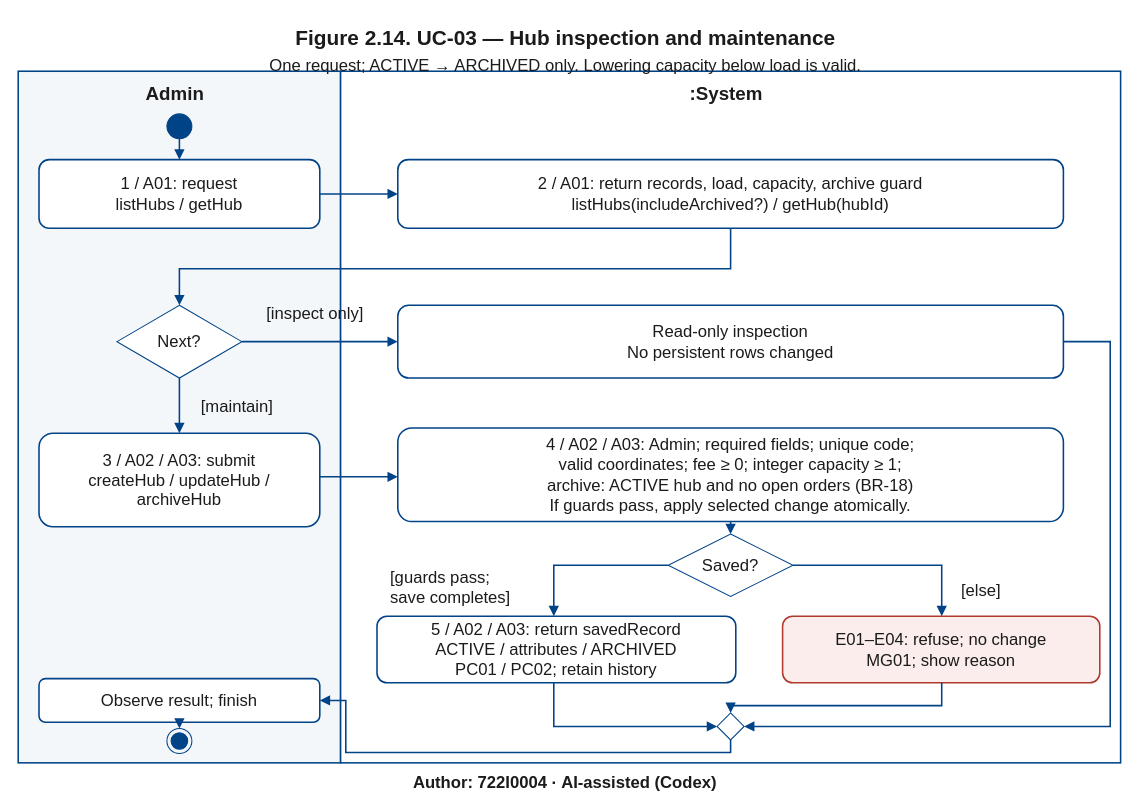
Before: models/UC-03/activity_uc03.drawio in Dat071104/SaigonBite, a draw.io diagram. Source tidied: cells renumbered, new cells numbered last; positions are measured from the earlier drawing's top-left corner, leaving out a move shared by most shapes. Both pictures are drawn from the tidied source at 104%, with x=0, y=0 at pixel (18, 18).
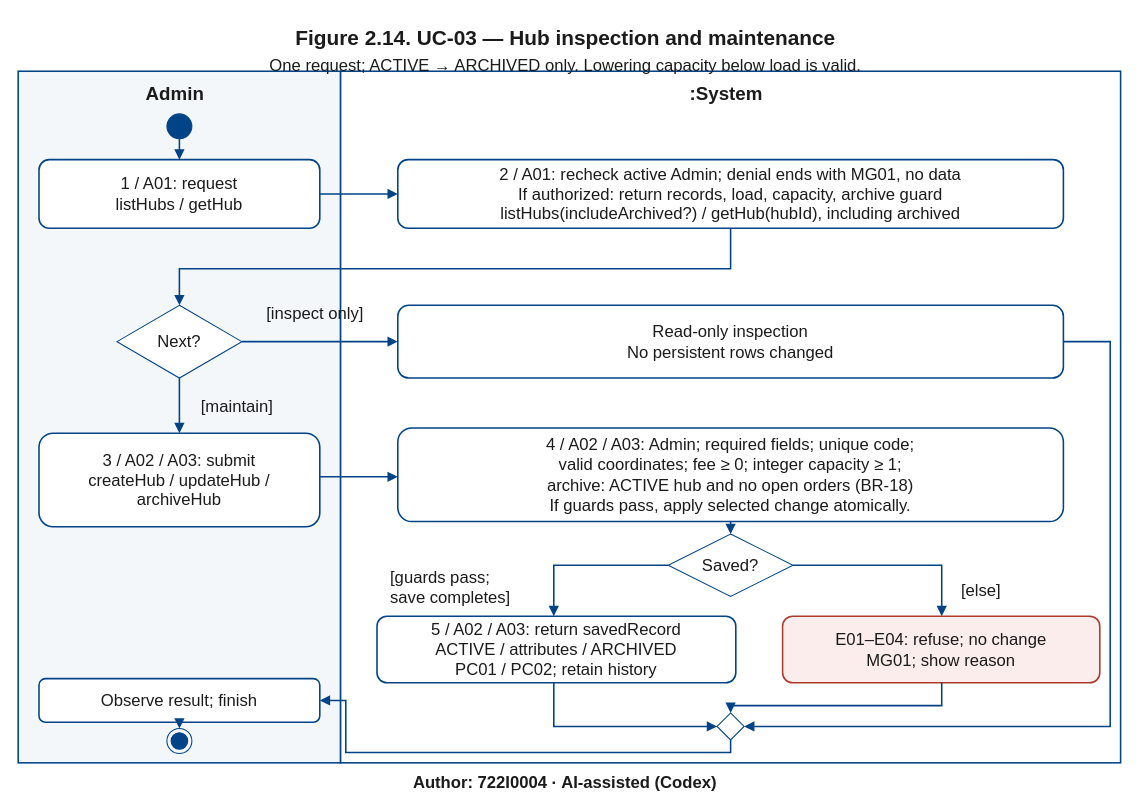
The same page after the edit.

The edit, as a diff of the source:
```diff
@@
-    <mxCell id="10" value="2 / A01: return records, load, capacity, archive guard&#10;listHubs(includeArchived?) / getHub(hubId)" style="html=0;whiteSpace=wrap;fontFamily=Arial;fontSize=16;fontColor=#1B1B1B;rounded=1;fillColor=white;strokeColor=#004387;strokeWidth=1.5;" parent="1" vertex="1">
+    <mxCell id="10" value="2 / A01: recheck active Admin; denial ends with MG01, no data&#10;If authorized: return records, load, capacity, archive guard&#10;listHubs(includeArchived?) / getHub(hubId), including archived" style="html=0;whiteSpace=wrap;fontFamily=Arial;fontSize=16;fontColor=#1B1B1B;rounded=1;fillColor=white;strokeColor=#004387;strokeWidth=1.5;" parent="1" vertex="1">
       <mxGeometry x="365" y="136" width="640" height="66" as="geometry" />
     </mxCell>
```
